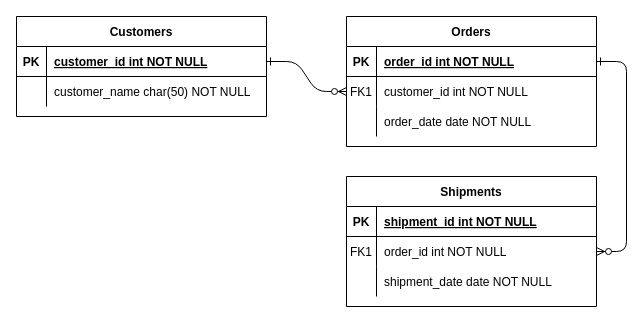
Earlier version of the draw.io diagram Requerimientos/zeromerma_db.drawio (CastellanosBS/ZeroMerma). Source tidied: cells renumbered, new cells numbered last; positions are measured from the earlier drawing's top-left corner, leaving out a move shared by most shapes. Both pictures are drawn from the tidied source at 100%, with x=0, y=0 at pixel (16, 16).
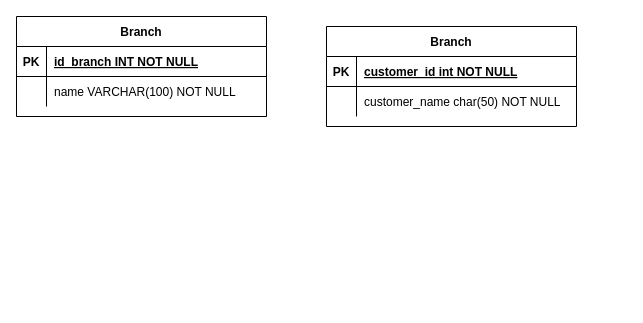
After the change.

The change refers to these unchanged cells:
```xml
<mxCell id="25" style="shape=partialRectangle;fillColor=none;points=[[0,0.5],[1,0.5]];portConstraint=eastwest;top=0;left=0;right=0;bottom=1;" parent="24" vertex="1">
  <mxGeometry y="30" width="250" height="30" as="geometry" />
</mxCell>
<mxCell id="28" style="shape=partialRectangle;fillColor=none;top=0;left=0;right=0;bottom=0;" parent="24" vertex="1">
  <mxGeometry y="60" width="250" height="30" as="geometry" />
</mxCell>
```

Change to the diagram source:
```diff
@@
-    <mxCell id="2" style="edgeStyle=entityRelationEdgeStyle;endArrow=ERzeroToMany;startArrow=ERone;endFill=1;startFill=0;" parent="1" edge="1" source="25" target="8">
-      <mxGeometry relative="1" as="geometry" />
-    </mxCell>
-    <mxCell id="3" style="edgeStyle=entityRelationEdgeStyle;endArrow=ERzeroToMany;startArrow=ERone;endFill=1;startFill=0;" parent="1" edge="1" source="5" target="18">
-      <mxGeometry relative="1" as="geometry" />
-    </mxCell>
-    <mxCell id="4" value="Orders" style="shape=table;startSize=30;childLayout=tableLayout;rowLines=0;fontStyle=1;align=center;" parent="1" vertex="1">
-      <mxGeometry x="330" width="250" height="130" as="geometry" />
-    </mxCell>
-    <mxCell id="5" style="shape=partialRectangle;fillColor=none;points=[[0,0.5],[1,0.5]];portConstraint=eastwest;top=0;left=0;right=0;bottom=1;" parent="4" vertex="1">
-      <mxGeometry y="30" width="250" height="30" as="geometry" />
-    </mxCell>
-    <mxCell id="6" value="PK" style="shape=partialRectangle;overflow=hidden;fillColor=none;top=0;left=0;bottom=0;right=0;fontStyle=1;" parent="5" vertex="1">
-      <mxGeometry width="30" height="30" as="geometry" />
-    </mxCell>
-    <mxCell id="7" value="order_id int NOT NULL " style="shape=partialRectangle;overflow=hidden;fillColor=none;top=0;left=0;bottom=0;right=0;align=left;spacingLeft=6;fontStyle=5;" parent="5" vertex="1">
-      <mxGeometry x="30" width="220" height="30" as="geometry" />
-    </mxCell>
-    <mxCell id="8" style="shape=partialRectangle;fillColor=none;points=[[0,0.5],[1,0.5]];portConstraint=eastwest;top=0;left=0;right=0;bottom=0;" parent="4" vertex="1">
-      <mxGeometry y="60" width="250" height="30" as="geometry" />
-    </mxCell>
-    <mxCell id="9" value="FK1" style="shape=partialRectangle;overflow=hidden;fillColor=none;top=0;left=0;bottom=0;right=0;" parent="8" vertex="1">
-      <mxGeometry width="30" height="30" as="geometry" />
-    </mxCell>
-    <mxCell id="10" value="customer_id int NOT NULL" style="shape=partialRectangle;overflow=hidden;fillColor=none;top=0;left=0;bottom=0;right=0;align=left;spacingLeft=6;" parent="8" vertex="1">
-      <mxGeometry x="30" width="220" height="30" as="geometry" />
-    </mxCell>
-    <mxCell id="11" style="shape=partialRectangle;fillColor=none;top=0;left=0;right=0;bottom=0;" parent="4" vertex="1">
-      <mxGeometry y="90" width="250" height="30" as="geometry" />
-    </mxCell>
-    <mxCell id="12" style="shape=partialRectangle;overflow=hidden;fillColor=none;top=0;left=0;bottom=0;right=0;" parent="11" vertex="1">
-      <mxGeometry width="30" height="30" as="geometry" />
-    </mxCell>
-    <mxCell id="13" value="order_date date NOT NULL" style="shape=partialRectangle;overflow=hidden;fillColor=none;top=0;left=0;bottom=0;right=0;align=left;spacingLeft=6;" parent="11" vertex="1">
-      <mxGeometry x="30" width="220" height="30" as="geometry" />
-    </mxCell>
-    <mxCell id="14" value="Shipments" style="shape=table;startSize=30;childLayout=tableLayout;rowLines=0;fontStyle=1;align=center;" parent="1" vertex="1">
-      <mxGeometry x="330" y="160" width="250" height="130" as="geometry" />
-    </mxCell>
-    <mxCell id="15" style="shape=partialRectangle;fillColor=none;top=0;left=0;right=0;bottom=1;" parent="14" vertex="1">
-      <mxGeometry y="30" width="250" height="30" as="geometry" />
-    </mxCell>
-    <mxCell id="16" value="PK" style="shape=partialRectangle;overflow=hidden;fillColor=none;top=0;left=0;bottom=0;right=0;fontStyle=1;" parent="15" vertex="1">
-      <mxGeometry width="30" height="30" as="geometry" />
-    </mxCell>
-    <mxCell id="17" value="shipment_id int NOT NULL " style="shape=partialRectangle;overflow=hidden;fillColor=none;top=0;left=0;bottom=0;right=0;align=left;spacingLeft=6;fontStyle=5;" parent="15" vertex="1">
-      <mxGeometry x="30" width="220" height="30" as="geometry" />
-    </mxCell>
-    <mxCell id="18" style="shape=partialRectangle;fillColor=none;points=[[0,0.5],[1,0.5]];portConstraint=eastwest;top=0;left=0;right=0;bottom=0;" parent="14" vertex="1">
-      <mxGeometry y="60" width="250" height="30" as="geometry" />
-    </mxCell>
-    <mxCell id="19" value="FK1" style="shape=partialRectangle;overflow=hidden;fillColor=none;top=0;left=0;bottom=0;right=0;" parent="18" vertex="1">
-      <mxGeometry width="30" height="30" as="geometry" />
-    </mxCell>
-    <mxCell id="20" value="order_id int NOT NULL" style="shape=partialRectangle;overflow=hidden;fillColor=none;top=0;left=0;bottom=0;right=0;align=left;spacingLeft=6;" parent="18" vertex="1">
-      <mxGeometry x="30" width="220" height="30" as="geometry" />
-    </mxCell>
-    <mxCell id="21" style="shape=partialRectangle;fillColor=none;top=0;left=0;right=0;bottom=0;" parent="14" vertex="1">
-      <mxGeometry y="90" width="250" height="30" as="geometry" />
-    </mxCell>
-    <mxCell id="22" style="shape=partialRectangle;overflow=hidden;fillColor=none;top=0;left=0;bottom=0;right=0;" parent="21" vertex="1">
-      <mxGeometry width="30" height="30" as="geometry" />
-    </mxCell>
-    <mxCell id="23" value="shipment_date date NOT NULL" style="shape=partialRectangle;overflow=hidden;fillColor=none;top=0;left=0;bottom=0;right=0;align=left;spacingLeft=6;" parent="21" vertex="1">
-      <mxGeometry x="30" width="220" height="30" as="geometry" />
-    </mxCell>
-    <mxCell id="24" value="Customers" style="shape=table;startSize=30;childLayout=tableLayout;rowLines=0;fontStyle=1;align=center;" parent="1" vertex="1">
+    <mxCell id="24" value="Branch" style="shape=table;startSize=30;childLayout=tableLayout;rowLines=0;fontStyle=1;align=center;" parent="1" vertex="1">
       <mxGeometry width="250" height="100" as="geometry" />
     </mxCell>
@@
-    <mxCell id="27" value="customer_id int NOT NULL " style="shape=partialRectangle;overflow=hidden;fillColor=none;top=0;left=0;bottom=0;right=0;align=left;spacingLeft=6;fontStyle=5;" parent="25" vertex="1">
+    <mxCell id="27" value="id_branch INT NOT NULL" style="shape=partialRectangle;overflow=hidden;fillColor=none;top=0;left=0;bottom=0;right=0;align=left;spacingLeft=6;fontStyle=5;" parent="25" vertex="1">
       <mxGeometry x="30" width="220" height="30" as="geometry" />
     </mxCell>
@@
-    <mxCell id="30" value="customer_name char(50) NOT NULL" style="shape=partialRectangle;overflow=hidden;fillColor=none;top=0;left=0;bottom=0;right=0;align=left;spacingLeft=6;" parent="28" vertex="1">
+    <mxCell id="30" value="name VARCHAR(100) NOT NULL" style="shape=partialRectangle;overflow=hidden;fillColor=none;top=0;left=0;bottom=0;right=0;align=left;spacingLeft=6;" parent="28" vertex="1">
       <mxGeometry x="30" width="220" height="30" as="geometry" />
     </mxCell>
+    <mxCell id="31" value="Branch" style="shape=table;startSize=30;childLayout=tableLayout;rowLines=0;fontStyle=1;align=center;" parent="1" vertex="1">
+      <mxGeometry x="310" y="10" width="250" height="100" as="geometry" />
+    </mxCell>
+    <mxCell id="32" style="shape=partialRectangle;fillColor=none;top=0;left=0;right=0;bottom=1;" parent="31" vertex="1">
+      <mxGeometry y="30" width="250" height="30" as="geometry" />
+    </mxCell>
+    <mxCell id="33" value="PK" style="shape=partialRectangle;overflow=hidden;fillColor=none;top=0;left=0;bottom=0;right=0;fontStyle=1;" parent="32" vertex="1">
+      <mxGeometry width="30" height="30" as="geometry" />
+    </mxCell>
+    <mxCell id="10" value="customer_id int NOT NULL " style="shape=partialRectangle;overflow=hidden;fillColor=none;top=0;left=0;bottom=0;right=0;align=left;spacingLeft=6;fontStyle=5;" parent="32" vertex="1">
+      <mxGeometry x="30" width="220" height="30" as="geometry" />
+    </mxCell>
+    <mxCell id="34" style="shape=partialRectangle;fillColor=none;top=0;left=0;right=0;bottom=0;" parent="31" vertex="1">
+      <mxGeometry y="60" width="250" height="30" as="geometry" />
+    </mxCell>
+    <mxCell id="35" style="shape=partialRectangle;overflow=hidden;fillColor=none;top=0;left=0;bottom=0;right=0;" parent="34" vertex="1">
+      <mxGeometry width="30" height="30" as="geometry" />
+    </mxCell>
+    <mxCell id="36" value="customer_name char(50) NOT NULL" style="shape=partialRectangle;overflow=hidden;fillColor=none;top=0;left=0;bottom=0;right=0;align=left;spacingLeft=6;" parent="34" vertex="1">
+      <mxGeometry x="30" width="220" height="30" as="geometry" />
+    </mxCell>
```
